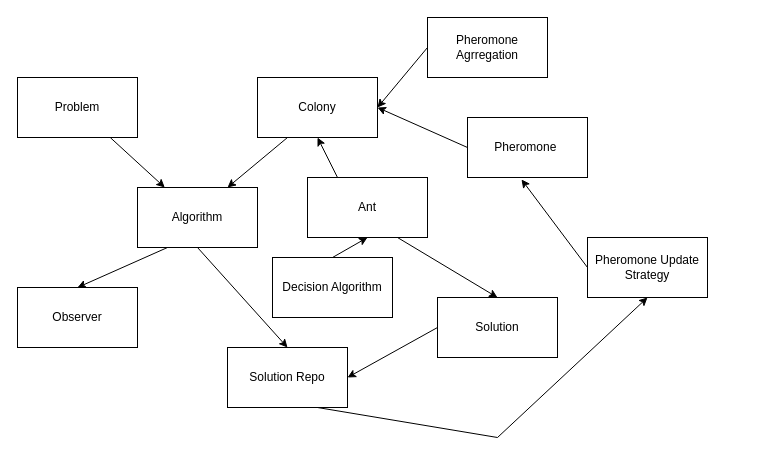
Earlier version of the draw.io diagram architecture.drawio (ZombiePy/ACOFramework). Source tidied: cells renumbered, new cells numbered last; positions are measured from the earlier drawing's top-left corner, leaving out a move shared by most shapes. Both pictures are drawn from the tidied source at 100%, with x=0, y=0 at pixel (17, 17).
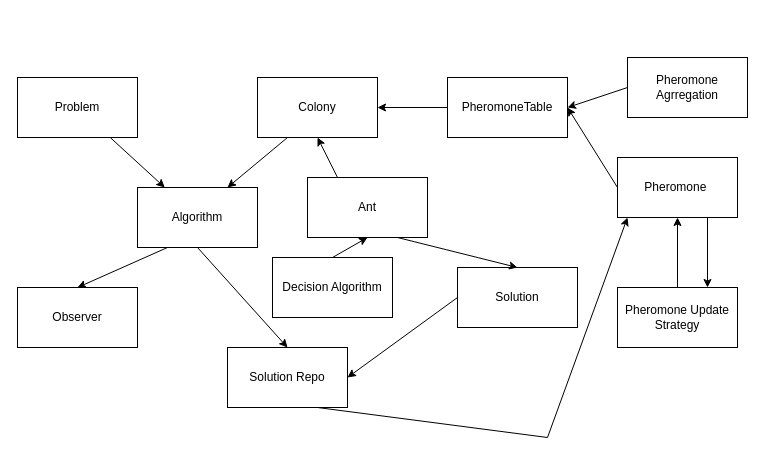
The same page after the edit.

Unchanged cells that the change refers to:
```xml
<mxCell id="7" value="Colony" style="rounded=0;whiteSpace=wrap;html=1;" parent="1" vertex="1">
  <mxGeometry x="240" y="60" width="120" height="60" as="geometry" />
</mxCell>
<mxCell id="10" value="Solution Repo" style="rounded=0;whiteSpace=wrap;html=1;" parent="1" vertex="1">
  <mxGeometry x="210" y="330" width="120" height="60" as="geometry" />
</mxCell>
```

Diff of the diagram source:
```diff
@@
     <mxCell id="11" value="Pheromone Agrregation" style="rounded=0;whiteSpace=wrap;html=1;" parent="1" vertex="1">
-      <mxGeometry x="410" width="120" height="60" as="geometry" />
+      <mxGeometry x="610" y="40" width="120" height="60" as="geometry" />
     </mxCell>
     <mxCell id="12" value="Pheromone&amp;nbsp;" style="rounded=0;whiteSpace=wrap;html=1;" parent="1" vertex="1">
-      <mxGeometry x="450" y="100" width="120" height="60" as="geometry" />
+      <mxGeometry x="600" y="140" width="120" height="60" as="geometry" />
     </mxCell>
     <mxCell id="13" value="Pheromone Update Strategy" style="rounded=0;whiteSpace=wrap;html=1;" parent="1" vertex="1">
-      <mxGeometry x="570" y="220" width="120" height="60" as="geometry" />
+      <mxGeometry x="600" y="270" width="120" height="60" as="geometry" />
     </mxCell>
     <mxCell id="14" value="Solution" style="rounded=0;whiteSpace=wrap;html=1;" parent="1" vertex="1">
-      <mxGeometry x="420" y="280" width="120" height="60" as="geometry" />
+      <mxGeometry x="440" y="250" width="120" height="60" as="geometry" />
     </mxCell>
@@
-    <mxCell id="21" style="edgeStyle=none;html=1;exitX=0;exitY=0.5;exitDx=0;exitDy=0;" parent="1" edge="1" source="11">
-      <mxGeometry relative="1" as="geometry">
-        <mxPoint x="360" y="90" as="targetPoint" />
-      </mxGeometry>
+    <mxCell id="21" style="edgeStyle=none;html=1;exitX=0;exitY=0.5;exitDx=0;exitDy=0;entryX=1;entryY=0.5;entryDx=0;entryDy=0;" parent="1" edge="1" source="11" target="27">
+      <mxGeometry relative="1" as="geometry" />
     </mxCell>
-    <mxCell id="22" style="edgeStyle=none;html=1;exitX=0;exitY=0.5;exitDx=0;exitDy=0;entryX=1;entryY=0.5;entryDx=0;entryDy=0;" parent="1" edge="1" source="12" target="7">
+    <mxCell id="22" style="edgeStyle=none;html=1;exitX=0;exitY=0.5;exitDx=0;exitDy=0;entryX=1;entryY=0.5;entryDx=0;entryDy=0;" parent="1" edge="1" source="12" target="27">
       <mxGeometry relative="1" as="geometry" />
     </mxCell>
-    <mxCell id="23" style="edgeStyle=none;html=1;exitX=0;exitY=0.5;exitDx=0;exitDy=0;entryX=0.45;entryY=1.033;entryDx=0;entryDy=0;entryPerimeter=0;" parent="1" edge="1" source="13" target="12">
+    <mxCell id="23" style="edgeStyle=none;html=1;exitX=0.5;exitY=0;exitDx=0;exitDy=0;entryX=0.5;entryY=1;entryDx=0;entryDy=0;" parent="1" edge="1" source="13" target="12">
       <mxGeometry relative="1" as="geometry" />
     </mxCell>
-    <mxCell id="24" style="edgeStyle=none;html=1;entryX=0.5;entryY=1;entryDx=0;entryDy=0;" parent="1" edge="1" target="13">
+    <mxCell id="24" style="edgeStyle=none;html=1;" parent="1" edge="1">
       <mxGeometry relative="1" as="geometry">
-        <mxPoint x="480" y="420" as="sourcePoint" />
+        <mxPoint x="530" y="420" as="sourcePoint" />
+        <mxPoint x="610" y="200" as="targetPoint" />
       </mxGeometry>
     </mxCell>
     <mxCell id="25" style="endArrow=none;html=1;rounded=0;exitX=0.75;exitY=1;exitDx=0;exitDy=0;" parent="1" edge="1" source="10">
       <mxGeometry relative="1" as="geometry">
-        <mxPoint x="480" y="420" as="targetPoint" />
+        <mxPoint x="530" y="420" as="targetPoint" />
       </mxGeometry>
     </mxCell>
+    <mxCell id="26" style="edgeStyle=orthogonalEdgeStyle;rounded=0;jettySize=auto;html=1;" parent="1" edge="1" source="27" target="7">
+      <mxGeometry relative="1" as="geometry" />
+    </mxCell>
+    <mxCell id="27" value="PheromoneTable" style="rounded=0;whiteSpace=wrap;html=1;" parent="1" vertex="1">
+      <mxGeometry x="430" y="60" width="120" height="60" as="geometry" />
+    </mxCell>
+    <mxCell id="28" style="edgeStyle=none;html=1;exitX=0.75;exitY=1;exitDx=0;exitDy=0;entryX=0.75;entryY=0;entryDx=0;entryDy=0;" parent="1" edge="1" source="12" target="13">
+      <mxGeometry relative="1" as="geometry" />
+    </mxCell>
```
